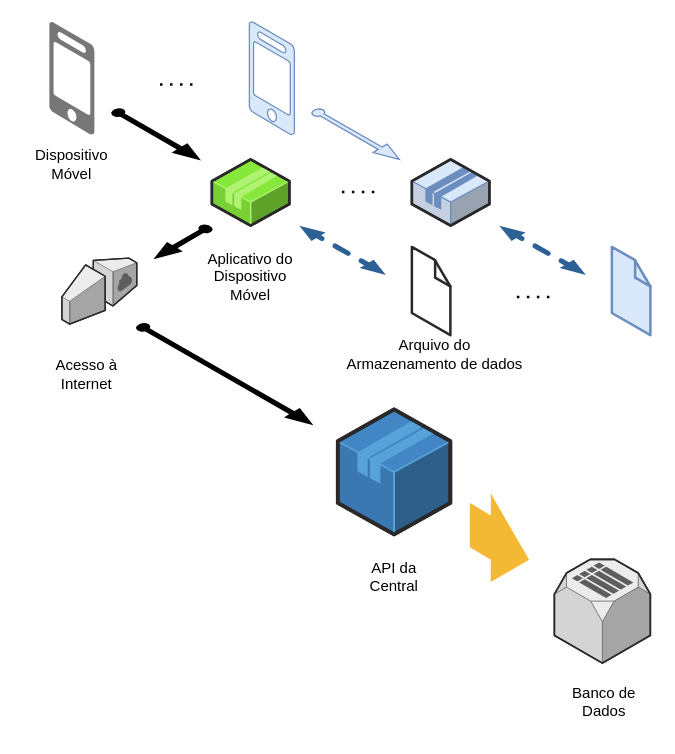
Above: Untitled Diagram.drawio in gvalluis/picoletes (draw.io), before the change. Source tidied: cells renumbered, new cells numbered last; positions are measured from the earlier drawing's top-left corner, leaving out a move shared by most shapes. Both pictures are drawn from the tidied source at 125%, with x=0, y=0 at pixel (21, 21).
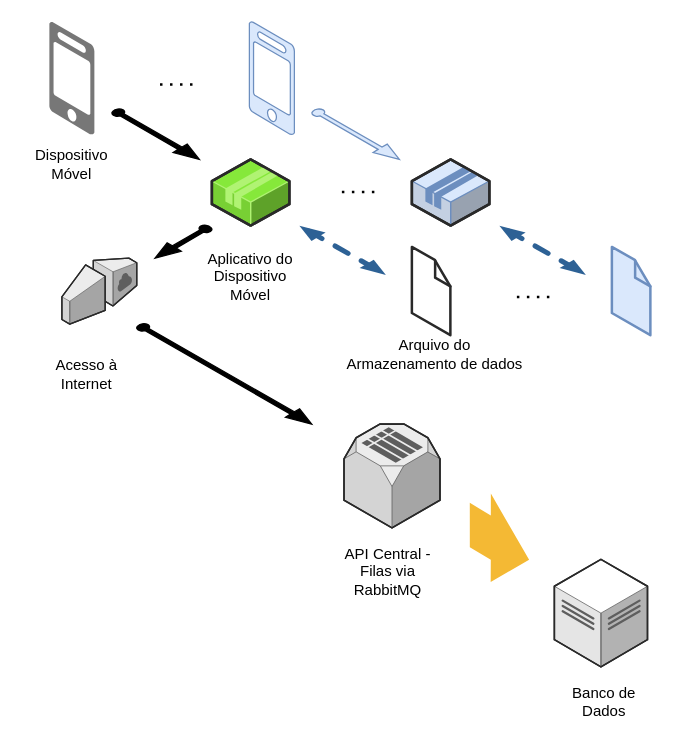
The same page after the edit.

Diff of the diagram source:
```diff
@@
-    <mxCell id="2" style="verticalLabelPosition=bottom;html=1;verticalAlign=top;strokeWidth=1;align=center;dashed=0;shape=mxgraph.aws3d.application;fillColor=#4286c5;strokeColor=#57A2D8;" parent="1" vertex="1">
-      <mxGeometry x="252.7" y="310" width="90.1" height="100" as="geometry" />
-    </mxCell>
     <mxCell id="3" style="verticalLabelPosition=bottom;html=1;verticalAlign=top;strokeWidth=1;align=center;dashed=0;shape=mxgraph.aws3d.simpleDb;fillColor=#ECECEC;strokeColor=#5E5E5E;" parent="1" vertex="1">
-      <mxGeometry x="426" y="430" width="76.8" height="83" as="geometry" />
+      <mxGeometry x="257.7" y="321.8" width="76.8" height="83" as="geometry" />
     </mxCell>
@@
-    <mxCell id="19" value="API da Central" style="text;html=1;strokeColor=none;fillColor=none;align=center;verticalAlign=middle;whiteSpace=wrap;rounded=0;" parent="1" vertex="1">
-      <mxGeometry x="257.7" y="420" width="80" height="48" as="geometry" />
+    <mxCell id="19" value="API Central - Filas via RabbitMQ" style="text;html=1;strokeColor=none;fillColor=none;align=center;verticalAlign=middle;whiteSpace=wrap;rounded=0;" parent="1" vertex="1">
+      <mxGeometry x="252.7" y="410" width="80" height="60" as="geometry" />
     </mxCell>
@@
+    <mxCell id="27" style="verticalLabelPosition=bottom;html=1;verticalAlign=top;strokeWidth=1;align=center;dashed=0;shape=mxgraph.aws3d.dataCenter;strokeColor=#5E5E5E;" parent="1" vertex="1">
+      <mxGeometry x="426" y="430" width="74.5" height="86" as="geometry" />
+    </mxCell>
```
